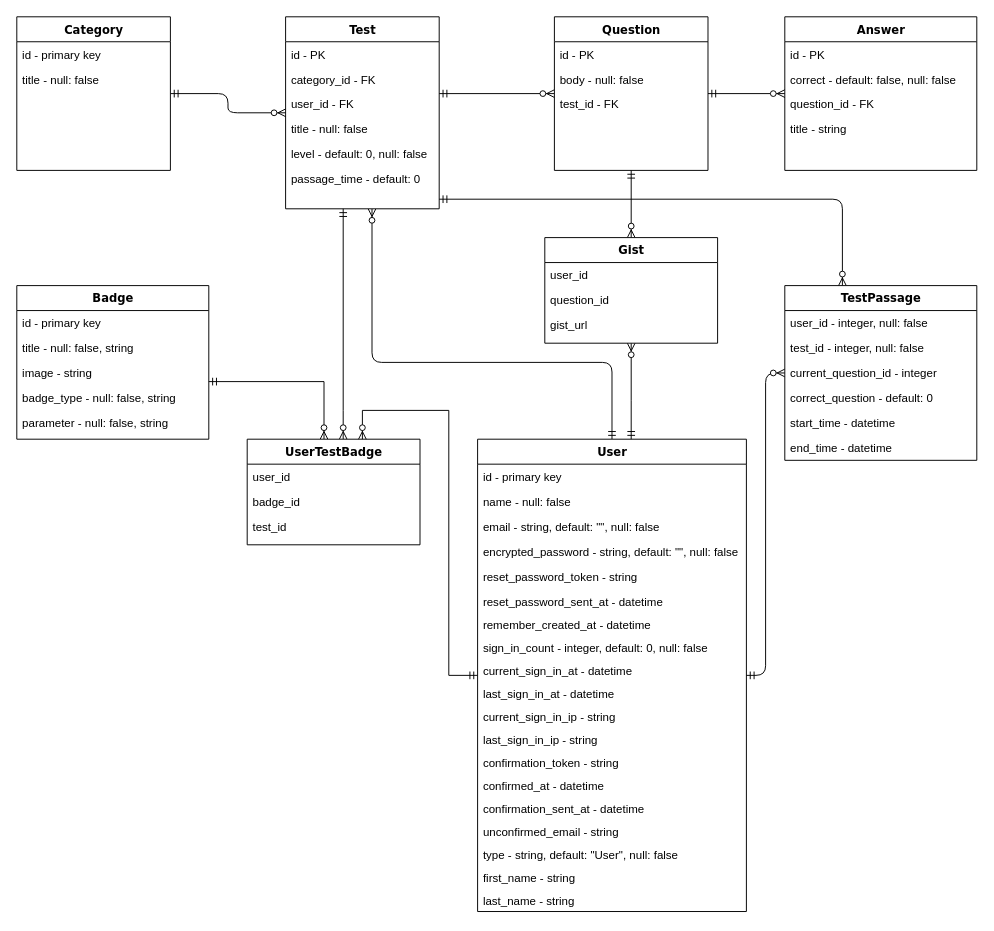
popeskul/test-guru keeps this draw.io diagram as entity-relationship.drawio. Above is the earlier version. Source tidied: cells renumbered, new cells numbered last; positions are measured from the earlier drawing's top-left corner, leaving out a move shared by most shapes. Both pictures are drawn from the tidied source at 96%, with x=0, y=0 at pixel (16, 16).
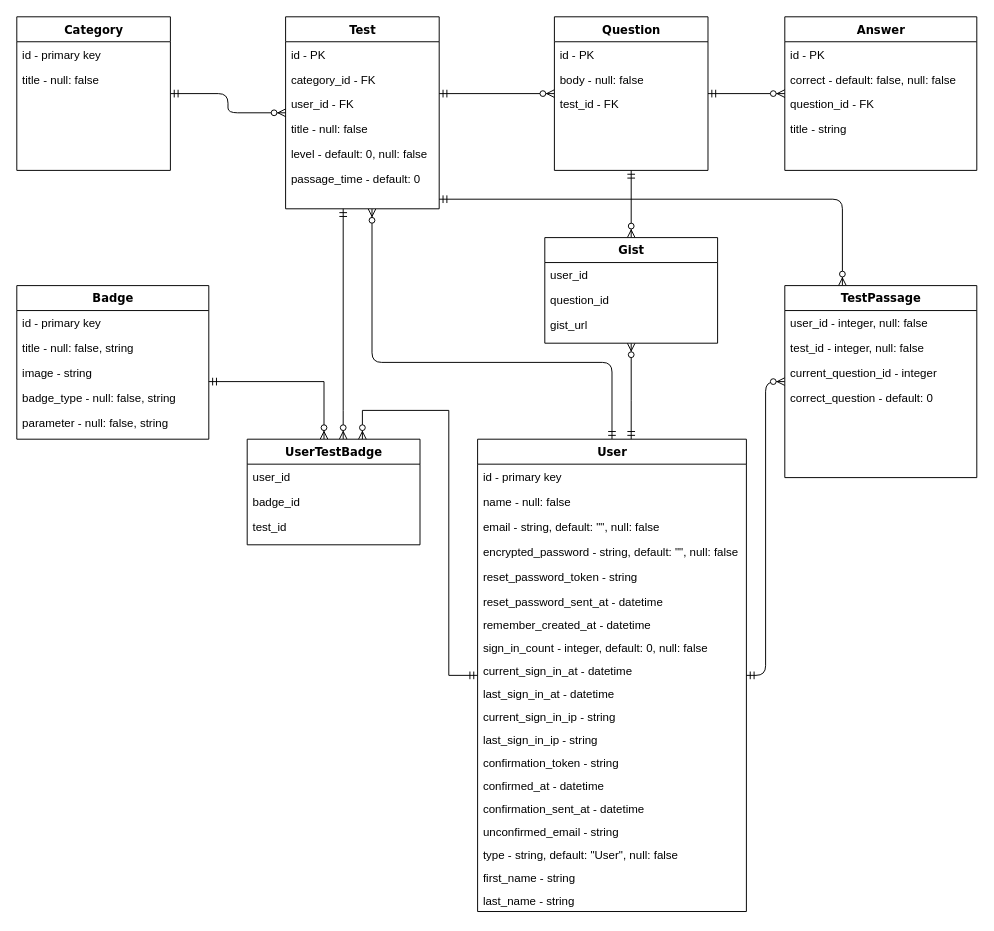
Above is the later version.

What changed in the source:
```diff
@@
     <mxCell id="47" value="TestPassage" style="swimlane;html=1;fontStyle=1;align=center;verticalAlign=top;horizontal=1;startSize=26;swimlaneFillColor=#ffffff;shadow=0;comic=0;labelBackgroundColor=none;strokeWidth=1;fontFamily=Verdana;fontSize=12;" parent="1" vertex="1">
-      <mxGeometry x="800" y="280" width="200" height="182" as="geometry" />
+      <mxGeometry x="800" y="280" width="200" height="200" as="geometry" />
     </mxCell>
@@
     <mxCell id="51" value="correct_question - default: 0" style="text;strokeColor=none;fillColor=none;align=left;verticalAlign=top;spacingLeft=4;spacingRight=4;overflow=hidden;" parent="47" vertex="1">
-      <mxGeometry y="104" width="200" height="26" as="geometry" />
+      <mxGeometry y="104" width="200" height="96" as="geometry" />
     </mxCell>
-    <mxCell id="52" value="start_time - datetime" style="text;strokeColor=none;fillColor=none;align=left;verticalAlign=top;spacingLeft=4;spacingRight=4;overflow=hidden;" parent="47" vertex="1">
-      <mxGeometry y="130" width="200" height="26" as="geometry" />
-    </mxCell>
-    <mxCell id="53" value="end_time - datetime" style="text;strokeColor=none;fillColor=none;align=left;verticalAlign=top;spacingLeft=4;spacingRight=4;overflow=hidden;" parent="47" vertex="1">
-      <mxGeometry y="156" width="200" height="26" as="geometry" />
-    </mxCell>
```
